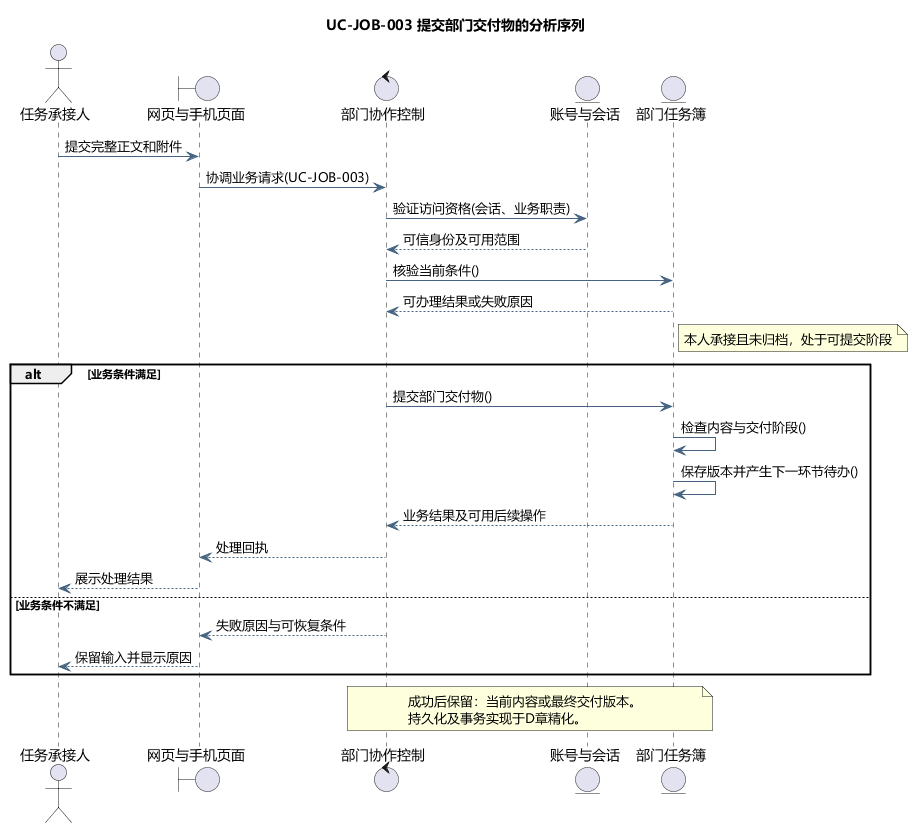
Above: docs/diagrams/analysis/seq-uc-job-003.png in tccc1csu/miniprogram-csu (PlantUML), before the change. The source it was exported from:
```plantuml
@startuml
skinparam defaultFontName Microsoft YaHei
skinparam shadowing false
skinparam backgroundColor #FFFFFF
skinparam ArrowColor #466482
skinparam classAttributeIconSize 0
hide empty members
title UC-JOB-003 提交部门交付物的分析序列
actor "任务承接人" as actor
boundary "网页与手机页面" as page
control "部门协作控制" as ctl
entity "账号与会话" as identity
entity "部门任务簿" as model
actor -> page : 提交完整正文和附件
page -> ctl : 协调业务请求(UC-JOB-003)
ctl -> identity : 验证访问资格(会话、业务职责)
identity --> ctl : 可信身份及可用范围
ctl -> model : 核验当前条件()
model --> ctl : 可办理结果或失败原因
note right of model
本人承接且未归档，处于可提交阶段
end note
alt 业务条件满足
ctl -> model : 提交部门交付物()
model -> model : 检查内容与交付阶段()
model -> model : 保存版本并产生下一环节待办()
model --> ctl : 业务结果及可用后续操作
ctl --> page : 处理回执
page --> actor : 展示处理结果
else 业务条件不满足
ctl --> page : 失败原因与可恢复条件
page --> actor : 保留输入并显示原因
end
note over ctl,model
成功后保留：当前内容或最终交付版本。
持久化及事务实现于D章精化。
end note

@enduml
```
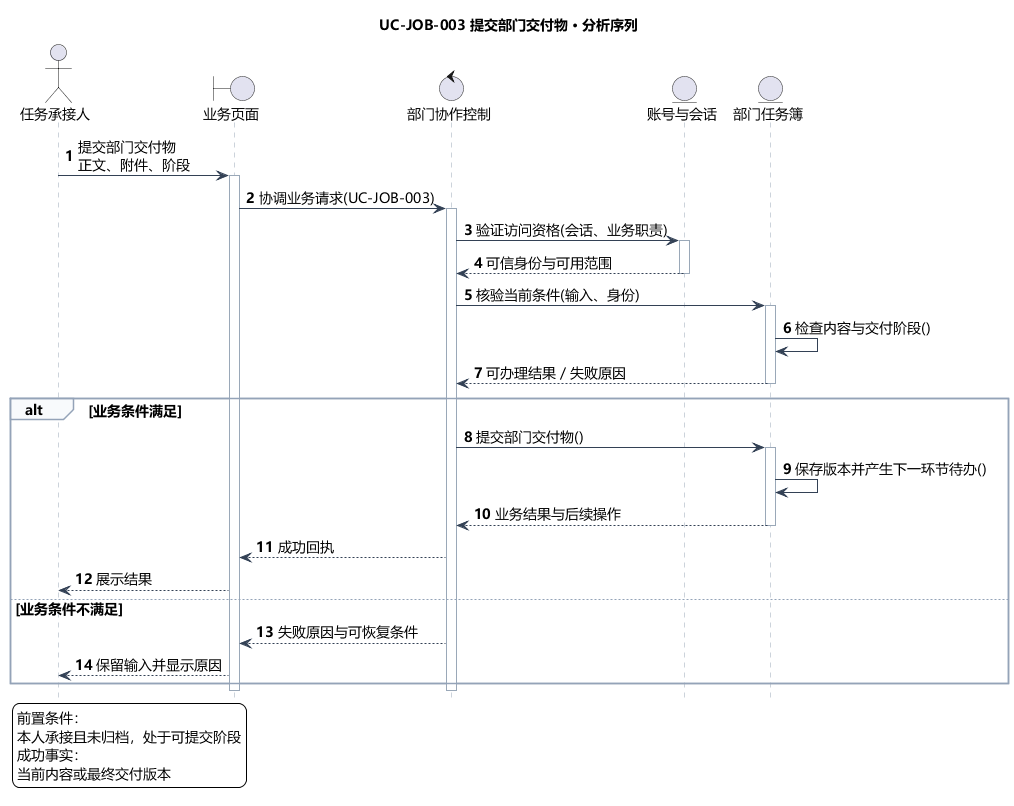
The same file after the commit.

The edit, as a diff of the source:
```diff
@@ -5,35 +5,53 @@
 skinparam ArrowColor #466482
 skinparam classAttributeIconSize 0
 hide empty members
-title UC-JOB-003 提交部门交付物的分析序列
+skinparam defaultFontSize 14
+skinparam sequenceLifeLineBorderColor #9AA8B8
+skinparam sequenceArrowColor #334155
+skinparam sequenceGroupBorderColor #94A3B8
+skinparam sequenceGroupBackgroundColor #F8FAFC
+skinparam sequenceParticipantPadding 18
+skinparam maxMessageSize 240
+hide footbox
+autonumber
+title UC-JOB-003 提交部门交付物 · 分析序列
 actor "任务承接人" as actor
-boundary "网页与手机页面" as page
+boundary "业务页面" as page
 control "部门协作控制" as ctl
 entity "账号与会话" as identity
 entity "部门任务簿" as model
-actor -> page : 提交完整正文和附件
+actor -> page : 提交部门交付物\n正文、附件、阶段
+activate page
 page -> ctl : 协调业务请求(UC-JOB-003)
+activate ctl
 ctl -> identity : 验证访问资格(会话、业务职责)
-identity --> ctl : 可信身份及可用范围
-ctl -> model : 核验当前条件()
-model --> ctl : 可办理结果或失败原因
-note right of model
-本人承接且未归档，处于可提交阶段
-end note
+activate identity
+identity --> ctl : 可信身份与可用范围
+deactivate identity
+ctl -> model : 核验当前条件(输入、身份)
+activate model
+model -> model : 检查内容与交付阶段()
+model --> ctl : 可办理结果／失败原因
+deactivate model
 alt 业务条件满足
 ctl -> model : 提交部门交付物()
-model -> model : 检查内容与交付阶段()
+activate model
 model -> model : 保存版本并产生下一环节待办()
-model --> ctl : 业务结果及可用后续操作
-ctl --> page : 处理回执
-page --> actor : 展示处理结果
+model --> ctl : 业务结果与后续操作
+deactivate model
+ctl --> page : 成功回执
+page --> actor : 展示结果
 else 业务条件不满足
 ctl --> page : 失败原因与可恢复条件
 page --> actor : 保留输入并显示原因
 end
-note over ctl,model
-成功后保留：当前内容或最终交付版本。
-持久化及事务实现于D章精化。
-end note
+deactivate ctl
+deactivate page
+legend bottom left
+前置条件：
+本人承接且未归档，处于可提交阶段
+成功事实：
+当前内容或最终交付版本
+endlegend
 
 @enduml
```
